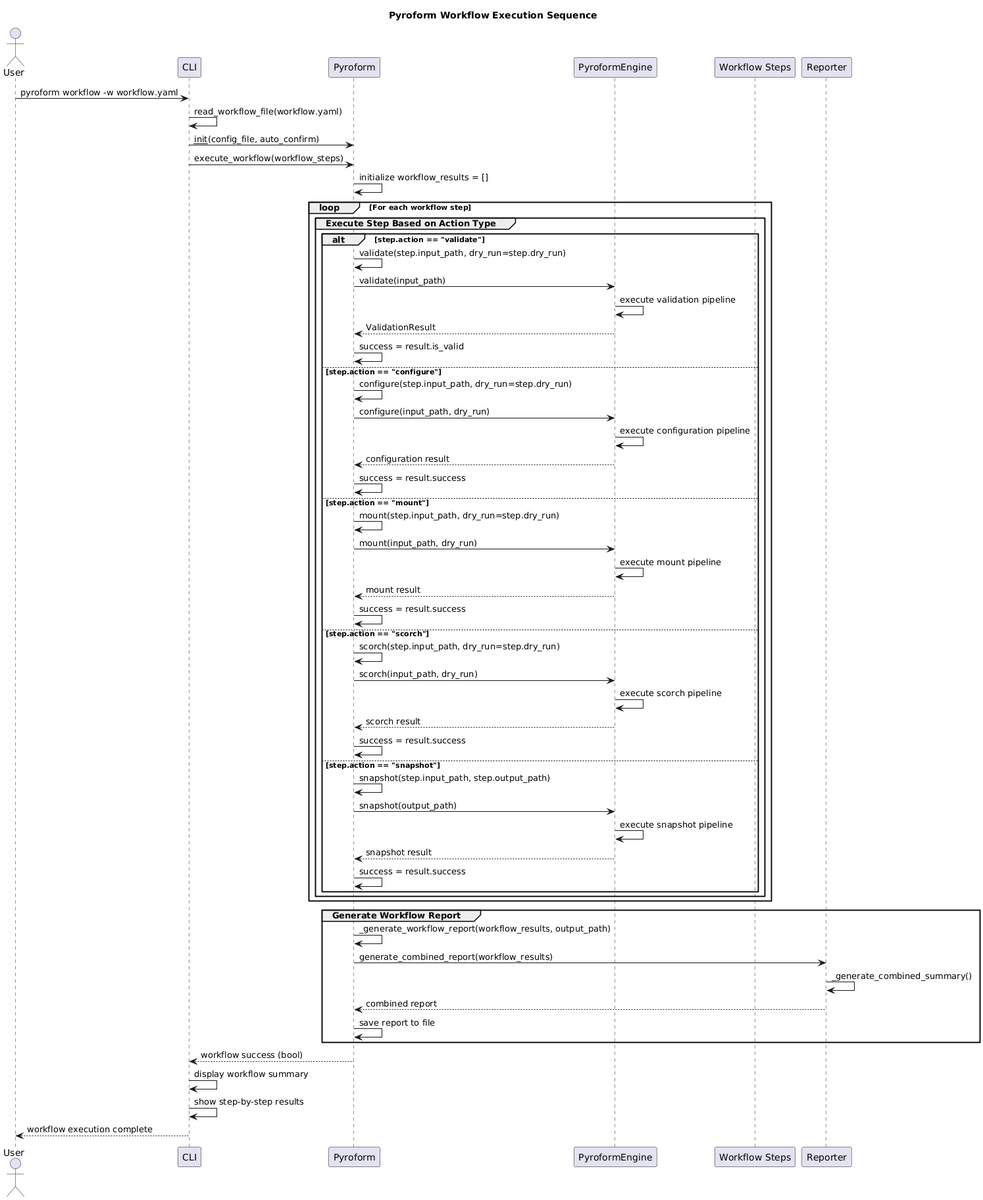
Above: pyroform/dox/Diagrams/pyroform_action_workflow_sequence.png in Del-Tango/Pyroform (PlantUML), before the change.
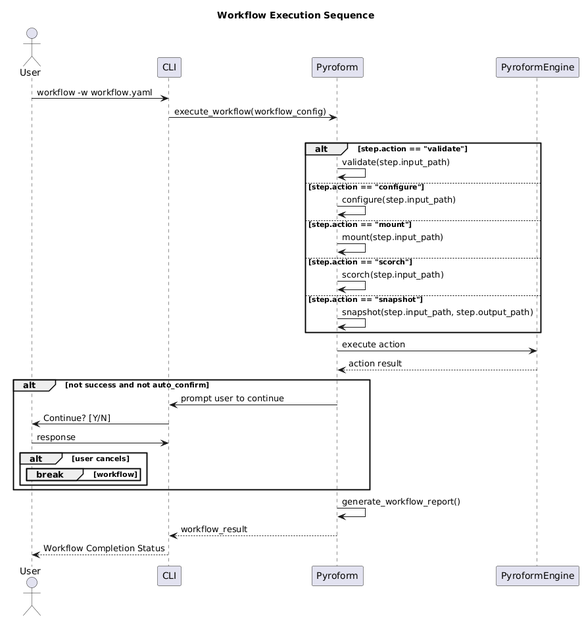
Later version of the same file.

Diff of the diagram source:
```diff
@@ -1,69 +1,41 @@
 @startuml
-title Pyroform Workflow Execution Sequence
+title Workflow Execution Sequence
 
 actor User
 participant CLI
 participant Pyroform
 participant PyroformEngine
-participant "Workflow Steps" as Steps
-participant Reporter
 
-User -> CLI: pyroform workflow -w workflow.yaml
-CLI -> CLI: read_workflow_file(workflow.yaml)
-CLI -> Pyroform: __init__(config_file, auto_confirm)
-CLI -> Pyroform: execute_workflow(workflow_steps)
-Pyroform -> Pyroform: initialize workflow_results = []
+User -> CLI: workflow -w workflow.yaml
+CLI -> Pyroform: execute_workflow(workflow_config)
 
-loop For each workflow step
-    group Execute Step Based on Action Type
-        alt step.action == "validate"
-            Pyroform -> Pyroform: validate(step.input_path, dry_run=step.dry_run)
-            Pyroform -> PyroformEngine: validate(input_path)
-            PyroformEngine -> PyroformEngine: execute validation pipeline
-            PyroformEngine --> Pyroform: ValidationResult
-            Pyroform -> Pyroform: success = result.is_valid
+loop for each step in workflow
+  alt step.action == "validate"
+    Pyroform -> Pyroform: validate(step.input_path)
+  else step.action == "configure"
+    Pyroform -> Pyroform: configure(step.input_path)
+  else step.action == "mount"
+    Pyroform -> Pyroform: mount(step.input_path)
+  else step.action == "scorch"
+    Pyroform -> Pyroform: scorch(step.input_path)
+  else step.action == "snapshot"
+    Pyroform -> Pyroform: snapshot(step.input_path, step.output_path)
+  end
 
-        else step.action == "configure"
-            Pyroform -> Pyroform: configure(step.input_path, dry_run=step.dry_run)
-            Pyroform -> PyroformEngine: configure(input_path, dry_run)
-            PyroformEngine -> PyroformEngine: execute configuration pipeline
-            PyroformEngine --> Pyroform: configuration result
-            Pyroform -> Pyroform: success = result.success
+  Pyroform -> PyroformEngine: execute action
+  PyroformEngine --> Pyroform: action result
 
-        else step.action == "mount"
-            Pyroform -> Pyroform: mount(step.input_path, dry_run=step.dry_run)
-            Pyroform -> PyroformEngine: mount(input_path, dry_run)
-            PyroformEngine -> PyroformEngine: execute mount pipeline
-            PyroformEngine --> Pyroform: mount result
-            Pyroform -> Pyroform: success = result.success
-
-        else step.action == "scorch"
-            Pyroform -> Pyroform: scorch(step.input_path, dry_run=step.dry_run)
-            Pyroform -> PyroformEngine: scorch(input_path, dry_run)
-            PyroformEngine -> PyroformEngine: execute scorch pipeline
-            PyroformEngine --> Pyroform: scorch result
-            Pyroform -> Pyroform: success = result.success
-
-        else step.action == "snapshot"
-            Pyroform -> Pyroform: snapshot(step.input_path, step.output_path)
-            Pyroform -> PyroformEngine: snapshot(output_path)
-            PyroformEngine -> PyroformEngine: execute snapshot pipeline
-            PyroformEngine --> Pyroform: snapshot result
-            Pyroform -> Pyroform: success = result.success
-        end
+  alt not success and not auto_confirm
+    Pyroform -> CLI: prompt user to continue
+    CLI -> User: Continue? [Y/N]
+    User -> CLI: response
+    alt user cancels
+      break workflow
     end
+  end
 end
 
-group Generate Workflow Report
-    Pyroform -> Pyroform: _generate_workflow_report(workflow_results, output_path)
-    Pyroform -> Reporter: generate_combined_report(workflow_results)
-    Reporter -> Reporter: _generate_combined_summary()
-    Reporter --> Pyroform: combined report
-    Pyroform -> Pyroform: save report to file
-end
-
-Pyroform --> CLI: workflow success (bool)
-CLI -> CLI: display workflow summary
-CLI -> CLI: show step-by-step results
-CLI --> User: workflow execution complete
+Pyroform -> Pyroform: generate_workflow_report()
+Pyroform --> CLI: workflow_result
+CLI --> User: Workflow Completion Status
 @enduml
```
